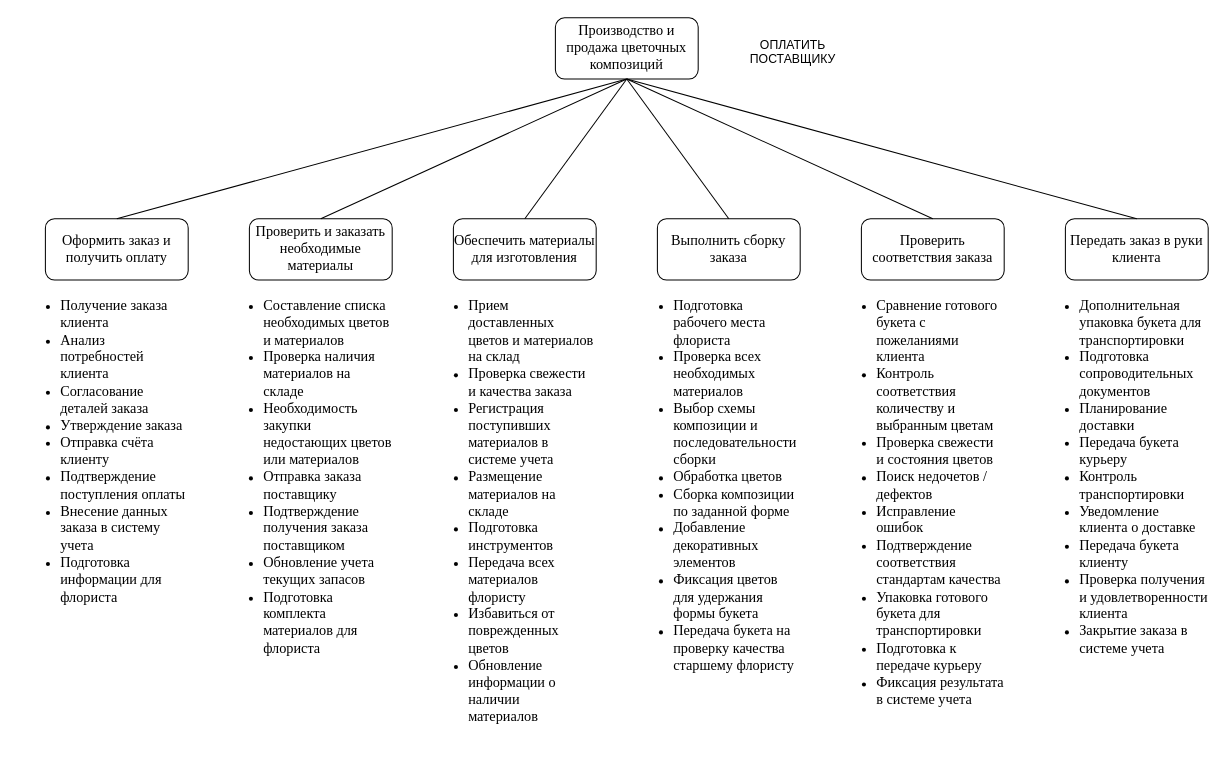
This is LABB3.drawio from 1kxri/MISPIS, a draw.io file, before an edit. Source tidied: cells renumbered, new cells numbered last; positions are measured from the earlier drawing's top-left corner, leaving out a move shared by most shapes. Both pictures are drawn from the tidied source at 102%, with x=0, y=0 at pixel (17, 17).
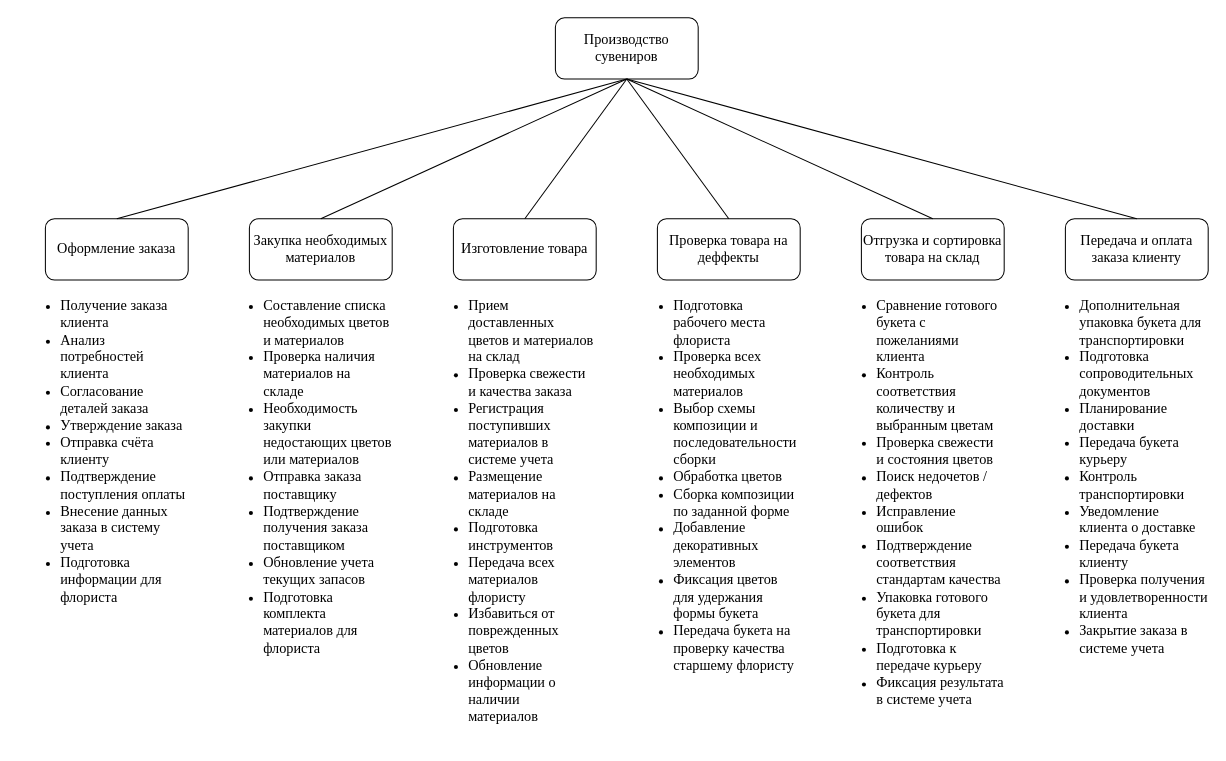
After the change.

What changed in the source:
```diff
@@
-    <mxCell id="2" value="&lt;span style=&quot;font-family: &amp;quot;Times New Roman&amp;quot;; font-size: 14px;&quot;&gt;Оформить заказ и получить оплату&lt;/span&gt;" style="rounded=1;whiteSpace=wrap;html=1;" parent="1" vertex="1">
+    <mxCell id="2" value="&lt;span style=&quot;font-family: &amp;quot;Times New Roman&amp;quot;; font-size: 14px;&quot;&gt;Оформление заказа&lt;/span&gt;" style="rounded=1;whiteSpace=wrap;html=1;" parent="1" vertex="1">
       <mxGeometry x="27" y="197" width="140" height="60" as="geometry" />
     </mxCell>
-    <mxCell id="3" value="&lt;span style=&quot;font-family: &amp;quot;Times New Roman&amp;quot;; font-size: 14px;&quot;&gt;Проверить и заказать необходимые материалы&lt;/span&gt;" style="rounded=1;whiteSpace=wrap;html=1;" parent="1" vertex="1">
+    <mxCell id="3" value="&lt;span style=&quot;font-family: &amp;quot;Times New Roman&amp;quot;; font-size: 14px;&quot;&gt;Закупка необходимых материалов&lt;/span&gt;" style="rounded=1;whiteSpace=wrap;html=1;" parent="1" vertex="1">
       <mxGeometry x="227" y="197" width="140" height="60" as="geometry" />
     </mxCell>
-    <mxCell id="4" value="&lt;span style=&quot;font-family: &amp;quot;Times New Roman&amp;quot;; font-size: 14px;&quot;&gt;Обеспечить материалы для изготовления&lt;/span&gt;" style="rounded=1;whiteSpace=wrap;html=1;" parent="1" vertex="1">
+    <mxCell id="4" value="&lt;span style=&quot;font-family: &amp;quot;Times New Roman&amp;quot;; font-size: 14px;&quot;&gt;Изготовление товара&lt;/span&gt;" style="rounded=1;whiteSpace=wrap;html=1;" parent="1" vertex="1">
       <mxGeometry x="427" y="197" width="140" height="60" as="geometry" />
     </mxCell>
-    <mxCell id="5" value="&lt;span style=&quot;font-family: &amp;quot;Times New Roman&amp;quot;; font-size: 14px;&quot;&gt;Выполнить сборку заказа&lt;/span&gt;" style="rounded=1;whiteSpace=wrap;html=1;" parent="1" vertex="1">
+    <mxCell id="5" value="&lt;span style=&quot;font-family: &amp;quot;Times New Roman&amp;quot;; font-size: 14px;&quot;&gt;Проверка товара на деффекты&lt;/span&gt;" style="rounded=1;whiteSpace=wrap;html=1;" parent="1" vertex="1">
       <mxGeometry x="627" y="197" width="140" height="60" as="geometry" />
     </mxCell>
-    <mxCell id="6" value="&lt;span style=&quot;font-family: &amp;quot;Times New Roman&amp;quot;; font-size: 14px;&quot;&gt;Передать заказ в руки клиента&lt;/span&gt;" style="rounded=1;whiteSpace=wrap;html=1;" parent="1" vertex="1">
+    <mxCell id="6" value="&lt;span style=&quot;font-family: &amp;quot;Times New Roman&amp;quot;; font-size: 14px;&quot;&gt;Передача и оплата заказа клиенту&lt;/span&gt;" style="rounded=1;whiteSpace=wrap;html=1;" parent="1" vertex="1">
       <mxGeometry x="1027" y="197" width="140" height="60" as="geometry" />
     </mxCell>
-    <mxCell id="7" value="&lt;span style=&quot;font-family: &amp;quot;Times New Roman&amp;quot;; font-size: 14px;&quot;&gt;Проверить соответствия заказа&lt;/span&gt;" style="rounded=1;whiteSpace=wrap;html=1;" parent="1" vertex="1">
+    <mxCell id="7" value="&lt;span style=&quot;font-family: &amp;quot;Times New Roman&amp;quot;; font-size: 14px;&quot;&gt;Отгрузка и сортировка товара на склад&lt;/span&gt;" style="rounded=1;whiteSpace=wrap;html=1;" parent="1" vertex="1">
       <mxGeometry x="827" y="197" width="140" height="60" as="geometry" />
     </mxCell>
-    <mxCell id="8" value="&lt;span style=&quot;font-family: &amp;quot;Times New Roman&amp;quot;; font-size: 14px;&quot;&gt;Производство и продажа цветочных композиций&lt;/span&gt;" style="rounded=1;whiteSpace=wrap;html=1;" parent="1" vertex="1">
+    <mxCell id="8" value="&lt;span style=&quot;font-family: &amp;quot;Times New Roman&amp;quot;; font-size: 14px;&quot;&gt;Производство сувениров&lt;/span&gt;" style="rounded=1;whiteSpace=wrap;html=1;" parent="1" vertex="1">
       <mxGeometry x="527" width="140" height="60" as="geometry" />
     </mxCell>
@@
-    <mxCell id="21" value="ОПЛАТИТЬ ПОСТАВЩИКУ&lt;div&gt;&lt;br&gt;&lt;/div&gt;" style="text;html=1;whiteSpace=wrap;strokeColor=none;fillColor=none;align=center;verticalAlign=middle;rounded=0;" parent="1" vertex="1">
-      <mxGeometry x="730" y="26" width="60" height="30" as="geometry" />
-    </mxCell>
```
